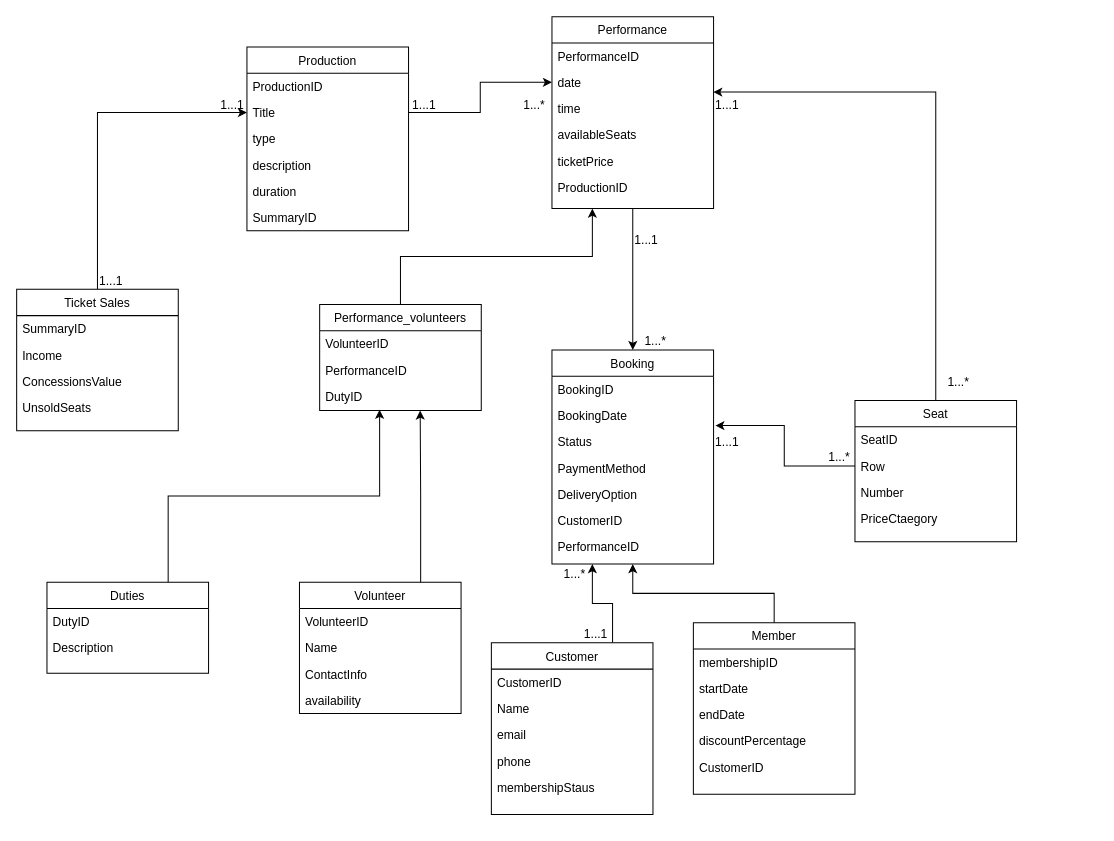
Earlier version of the draw.io diagram Untitled Diagram.drawio (iamheetp/ecomstore). Source tidied: cells renumbered, new cells numbered last; positions are measured from the earlier drawing's top-left corner, leaving out a move shared by most shapes. Both pictures are drawn from the tidied source at 101%, with x=0, y=0 at pixel (16, 16).
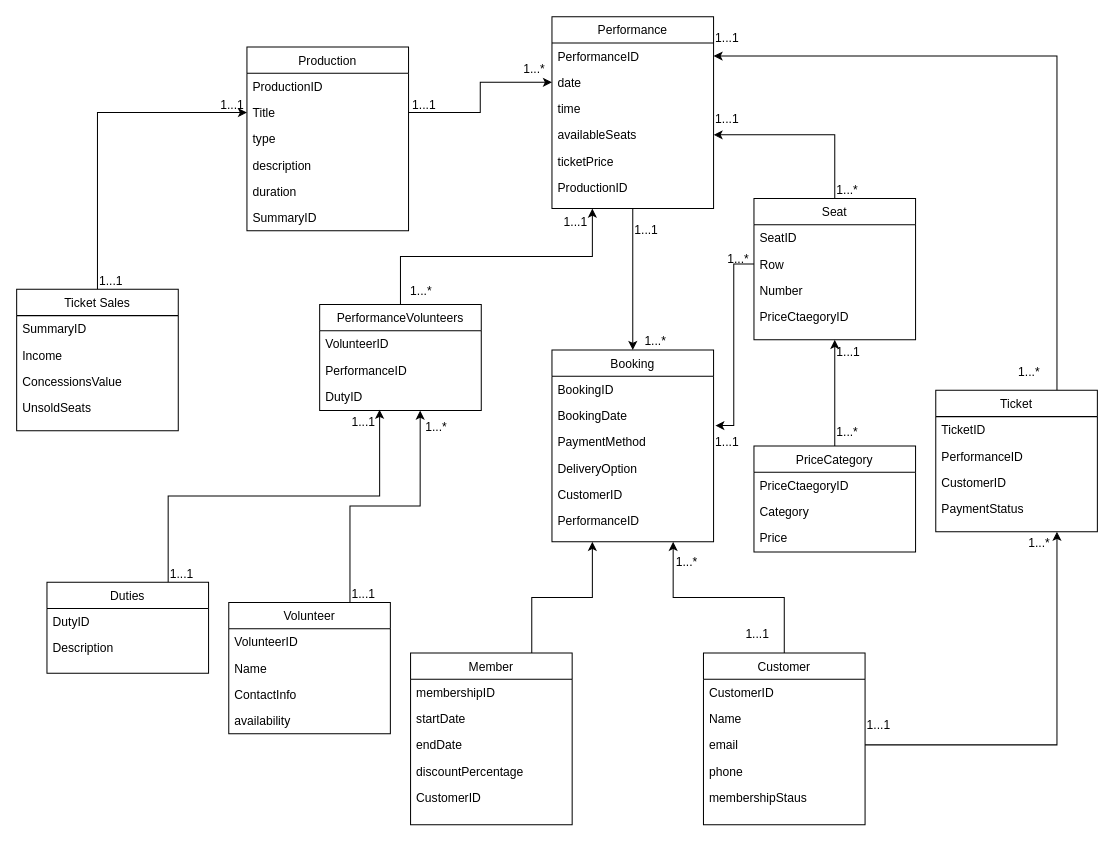
The same diagram, later.

The change refers to these unchanged cells:
```xml
<mxCell id="24" value="PerformanceID" style="text;align=left;verticalAlign=top;spacingLeft=4;spacingRight=4;overflow=hidden;points=[[0,0.5],[1,0.5]];portConstraint=eastwest;" parent="23" vertex="1">
  <mxGeometry y="26" width="160" height="26" as="geometry" />
</mxCell>
<mxCell id="25" value="date" style="text;align=left;verticalAlign=top;spacingLeft=4;spacingRight=4;overflow=hidden;points=[[0,0.5],[1,0.5]];portConstraint=eastwest;rounded=0;shadow=0;html=0;" parent="23" vertex="1">
  <mxGeometry y="52" width="160" height="26" as="geometry" />
</mxCell>
<mxCell id="27" value="availableSeats" style="text;align=left;verticalAlign=top;spacingLeft=4;spacingRight=4;overflow=hidden;points=[[0,0.5],[1,0.5]];portConstraint=eastwest;rounded=0;shadow=0;html=0;" parent="23" vertex="1">
  <mxGeometry y="104" width="160" height="26" as="geometry" />
</mxCell>
```

What changed in the source:
```diff
@@
+    <mxCell id="47" value="Seat" style="swimlane;fontStyle=0;align=center;verticalAlign=top;horizontal=1;startSize=26;rounded=0;shadow=0;strokeWidth=1;" parent="1" vertex="1">
+      <mxGeometry x="730" y="180" width="160" height="140" as="geometry" />
+    </mxCell>
+    <mxCell id="48" value="SeatID" style="text;align=left;verticalAlign=top;spacingLeft=4;spacingRight=4;overflow=hidden;" parent="47" vertex="1">
+      <mxGeometry y="26" width="160" height="26" as="geometry" />
+    </mxCell>
+    <mxCell id="49" value="Row" style="text;align=left;verticalAlign=top;spacingLeft=4;spacingRight=4;overflow=hidden;points=[[0,0.5],[1,0.5]];portConstraint=eastwest;rounded=0;shadow=0;html=0;" parent="47" vertex="1">
+      <mxGeometry y="52" width="160" height="26" as="geometry" />
+    </mxCell>
+    <mxCell id="50" value="Number" style="text;align=left;verticalAlign=top;spacingLeft=4;spacingRight=4;overflow=hidden;rounded=0;shadow=0;html=0;" parent="47" vertex="1">
+      <mxGeometry y="78" width="160" height="26" as="geometry" />
+    </mxCell>
+    <mxCell id="51" value="PriceCtaegoryID" style="text;align=left;verticalAlign=top;spacingLeft=4;spacingRight=4;overflow=hidden;rounded=0;shadow=0;html=0;" parent="47" vertex="1">
+      <mxGeometry y="104" width="160" height="26" as="geometry" />
+    </mxCell>
     <mxCell id="2" value="Volunteer" style="swimlane;fontStyle=0;align=center;verticalAlign=top;horizontal=1;startSize=26;rounded=0;shadow=0;strokeWidth=1;" parent="1" vertex="1">
-      <mxGeometry x="280" y="560" width="160" height="130" as="geometry" />
+      <mxGeometry x="210" y="580" width="160" height="130" as="geometry" />
     </mxCell>
@@
     <mxCell id="7" value="Booking" style="swimlane;fontStyle=0;align=center;verticalAlign=top;horizontal=1;startSize=26;rounded=0;shadow=0;strokeWidth=1;" parent="1" vertex="1">
-      <mxGeometry x="530" y="330" width="160" height="212" as="geometry" />
+      <mxGeometry x="530" y="330" width="160" height="190" as="geometry" />
     </mxCell>
@@
-    <mxCell id="10" value="Status" style="text;align=left;verticalAlign=top;spacingLeft=4;spacingRight=4;overflow=hidden;" parent="7" vertex="1">
-      <mxGeometry y="78" width="160" height="26" as="geometry" />
-    </mxCell>
     <mxCell id="11" value="PaymentMethod" style="text;align=left;verticalAlign=top;spacingLeft=4;spacingRight=4;overflow=hidden;" parent="7" vertex="1">
-      <mxGeometry y="104" width="160" height="26" as="geometry" />
+      <mxGeometry y="78" width="160" height="26" as="geometry" />
     </mxCell>
     <mxCell id="12" value="DeliveryOption" style="text;align=left;verticalAlign=top;spacingLeft=4;spacingRight=4;overflow=hidden;" parent="7" vertex="1">
-      <mxGeometry y="130" width="160" height="26" as="geometry" />
+      <mxGeometry y="104" width="160" height="26" as="geometry" />
     </mxCell>
     <mxCell id="13" value="CustomerID" style="text;align=left;verticalAlign=top;spacingLeft=4;spacingRight=4;overflow=hidden;" parent="7" vertex="1">
-      <mxGeometry y="156" width="160" height="26" as="geometry" />
+      <mxGeometry y="130" width="160" height="26" as="geometry" />
     </mxCell>
     <mxCell id="14" value="PerformanceID" style="text;align=left;verticalAlign=top;spacingLeft=4;spacingRight=4;overflow=hidden;" parent="7" vertex="1">
-      <mxGeometry y="182" width="160" height="26" as="geometry" />
+      <mxGeometry y="156" width="160" height="26" as="geometry" />
     </mxCell>
@@
-    <mxCell id="30" style="edgeStyle=orthogonalEdgeStyle;rounded=0;jettySize=auto;html=1;exitX=0.75;exitY=0;exitDx=0;exitDy=0;entryX=0.25;entryY=1;entryDx=0;entryDy=0;" parent="1" edge="1" source="31" target="7">
-      <mxGeometry relative="1" as="geometry" />
-    </mxCell>
-    <mxCell id="31" value="Customer" style="swimlane;fontStyle=0;align=center;verticalAlign=top;horizontal=1;startSize=26;rounded=0;shadow=0;strokeWidth=1;" parent="1" vertex="1">
-      <mxGeometry x="470" y="620" width="160" height="170" as="geometry" />
-    </mxCell>
-    <mxCell id="32" value="CustomerID" style="text;align=left;verticalAlign=top;spacingLeft=4;spacingRight=4;overflow=hidden;" parent="31" vertex="1">
-      <mxGeometry y="26" width="160" height="26" as="geometry" />
-    </mxCell>
-    <mxCell id="33" value="Name" style="text;align=left;verticalAlign=top;spacingLeft=4;spacingRight=4;overflow=hidden;rounded=0;shadow=0;html=0;" parent="31" vertex="1">
-      <mxGeometry y="52" width="160" height="26" as="geometry" />
-    </mxCell>
-    <mxCell id="34" value="email" style="text;align=left;verticalAlign=top;spacingLeft=4;spacingRight=4;overflow=hidden;points=[[0,0.5],[1,0.5]];portConstraint=eastwest;rounded=0;shadow=0;html=0;" parent="31" vertex="1">
-      <mxGeometry y="78" width="160" height="26" as="geometry" />
-    </mxCell>
-    <mxCell id="35" value="phone" style="text;align=left;verticalAlign=top;spacingLeft=4;spacingRight=4;overflow=hidden;rounded=0;shadow=0;html=0;" parent="31" vertex="1">
-      <mxGeometry y="104" width="160" height="26" as="geometry" />
-    </mxCell>
-    <mxCell id="36" value="membershipStaus" style="text;align=left;verticalAlign=top;spacingLeft=4;spacingRight=4;overflow=hidden;rounded=0;shadow=0;html=0;" parent="31" vertex="1">
-      <mxGeometry y="130" width="160" height="26" as="geometry" />
-    </mxCell>
-    <mxCell id="37" style="edgeStyle=orthogonalEdgeStyle;rounded=0;jettySize=auto;html=1;exitX=0.5;exitY=0;exitDx=0;exitDy=0;entryX=0.5;entryY=1;entryDx=0;entryDy=0;" parent="1" edge="1" source="38" target="7">
-      <mxGeometry relative="1" as="geometry" />
-    </mxCell>
-    <mxCell id="38" value="Member" style="swimlane;fontStyle=0;align=center;verticalAlign=top;horizontal=1;startSize=26;rounded=0;shadow=0;strokeWidth=1;" parent="1" vertex="1">
-      <mxGeometry x="670" y="600" width="160" height="170" as="geometry" />
-    </mxCell>
-    <mxCell id="39" value="membershipID" style="text;align=left;verticalAlign=top;spacingLeft=4;spacingRight=4;overflow=hidden;" parent="38" vertex="1">
-      <mxGeometry y="26" width="160" height="26" as="geometry" />
-    </mxCell>
-    <mxCell id="40" value="startDate" style="text;align=left;verticalAlign=top;spacingLeft=4;spacingRight=4;overflow=hidden;rounded=0;shadow=0;html=0;" parent="38" vertex="1">
-      <mxGeometry y="52" width="160" height="26" as="geometry" />
-    </mxCell>
-    <mxCell id="41" value="endDate" style="text;align=left;verticalAlign=top;spacingLeft=4;spacingRight=4;overflow=hidden;rounded=0;shadow=0;html=0;" parent="38" vertex="1">
-      <mxGeometry y="78" width="160" height="26" as="geometry" />
-    </mxCell>
-    <mxCell id="42" value="discountPercentage" style="text;align=left;verticalAlign=top;spacingLeft=4;spacingRight=4;overflow=hidden;rounded=0;shadow=0;html=0;" parent="38" vertex="1">
-      <mxGeometry y="104" width="160" height="26" as="geometry" />
-    </mxCell>
-    <mxCell id="43" value="CustomerID" style="text;align=left;verticalAlign=top;spacingLeft=4;spacingRight=4;overflow=hidden;rounded=0;shadow=0;html=0;" parent="38" vertex="1">
-      <mxGeometry y="130" width="160" height="26" as="geometry" />
-    </mxCell>
@@
     <mxCell id="46" value="1...*" style="align=left;verticalAlign=bottom;labelBackgroundColor=none;fontSize=12;" parent="1" vertex="1">
-      <mxGeometry x="500" y="95.6" as="geometry" />
+      <mxGeometry x="500" y="60" as="geometry" />
     </mxCell>
-    <mxCell id="47" value="Seat" style="swimlane;fontStyle=0;align=center;verticalAlign=top;horizontal=1;startSize=26;rounded=0;shadow=0;strokeWidth=1;" parent="1" vertex="1">
-      <mxGeometry x="830" y="380" width="160" height="140" as="geometry" />
-    </mxCell>
-    <mxCell id="48" value="SeatID" style="text;align=left;verticalAlign=top;spacingLeft=4;spacingRight=4;overflow=hidden;" parent="47" vertex="1">
-      <mxGeometry y="26" width="160" height="26" as="geometry" />
-    </mxCell>
-    <mxCell id="49" value="Row" style="text;align=left;verticalAlign=top;spacingLeft=4;spacingRight=4;overflow=hidden;points=[[0,0.5],[1,0.5]];portConstraint=eastwest;rounded=0;shadow=0;html=0;" parent="47" vertex="1">
-      <mxGeometry y="52" width="160" height="26" as="geometry" />
-    </mxCell>
-    <mxCell id="50" value="Number" style="text;align=left;verticalAlign=top;spacingLeft=4;spacingRight=4;overflow=hidden;rounded=0;shadow=0;html=0;" parent="47" vertex="1">
-      <mxGeometry y="78" width="160" height="26" as="geometry" />
-    </mxCell>
-    <mxCell id="51" value="PriceCtaegory" style="text;align=left;verticalAlign=top;spacingLeft=4;spacingRight=4;overflow=hidden;rounded=0;shadow=0;html=0;" parent="47" vertex="1">
-      <mxGeometry y="104" width="160" height="26" as="geometry" />
-    </mxCell>
@@
     <mxCell id="53" value="1...*" style="align=left;verticalAlign=bottom;labelBackgroundColor=none;fontSize=12;" parent="1" vertex="1">
-      <mxGeometry x="830" y="436" as="geometry">
+      <mxGeometry x="730" y="240" as="geometry">
         <mxPoint x="-28" y="8" as="offset" />
       </mxGeometry>
     </mxCell>
@@
-    <mxCell id="55" style="edgeStyle=orthogonalEdgeStyle;rounded=0;jettySize=auto;html=1;exitX=0.5;exitY=0;exitDx=0;exitDy=0;entryX=0.998;entryY=0.872;entryDx=0;entryDy=0;entryPerimeter=0;" parent="1" edge="1" source="47" target="25">
+    <mxCell id="55" style="edgeStyle=orthogonalEdgeStyle;rounded=0;jettySize=auto;html=1;exitX=0.5;exitY=0;exitDx=0;exitDy=0;" parent="1" edge="1" source="47" target="27">
       <mxGeometry relative="1" as="geometry" />
     </mxCell>
     <mxCell id="56" value="1...*" style="align=left;verticalAlign=bottom;labelBackgroundColor=none;fontSize=12;rotation=0;" parent="1" vertex="1">
-      <mxGeometry x="920" y="370" as="geometry" />
+      <mxGeometry x="810" y="180" as="geometry" />
     </mxCell>
     <mxCell id="57" value="1...1" style="align=left;verticalAlign=bottom;labelBackgroundColor=none;fontSize=12;" parent="1" vertex="1">
-      <mxGeometry x="690" y="95.6" as="geometry" />
+      <mxGeometry x="690" y="110" as="geometry" />
     </mxCell>
     <mxCell id="58" value="1...1" style="align=left;verticalAlign=bottom;labelBackgroundColor=none;fontSize=12;" parent="1" vertex="1">
-      <mxGeometry x="560" y="620" as="geometry" />
+      <mxGeometry x="720" y="620" as="geometry" />
     </mxCell>
     <mxCell id="59" value="1...*" style="align=left;verticalAlign=bottom;labelBackgroundColor=none;fontSize=12;" parent="1" vertex="1">
-      <mxGeometry x="540" y="560" as="geometry" />
+      <mxGeometry x="580" y="550" as="geometry">
+        <mxPoint x="71" y="-2" as="offset" />
+      </mxGeometry>
     </mxCell>
@@
     <mxCell id="61" value="1...1" style="align=left;verticalAlign=bottom;labelBackgroundColor=none;fontSize=12;" parent="1" vertex="1">
-      <mxGeometry x="610" y="230" as="geometry" />
+      <mxGeometry x="610" y="220" as="geometry" />
     </mxCell>
@@
-    <mxCell id="75" value="Performance_volunteers" style="swimlane;fontStyle=0;align=center;verticalAlign=top;horizontal=1;startSize=26;rounded=0;shadow=0;strokeWidth=1;" parent="1" vertex="1">
+    <mxCell id="75" value="PerformanceVolunteers" style="swimlane;fontStyle=0;align=center;verticalAlign=top;horizontal=1;startSize=26;rounded=0;shadow=0;strokeWidth=1;" parent="1" vertex="1">
       <mxGeometry x="300" y="285" width="160" height="105" as="geometry" />
     </mxCell>
@@
+    <mxCell id="80" value="1...*" style="align=left;verticalAlign=bottom;labelBackgroundColor=none;fontSize=12;" parent="1" vertex="1">
+      <mxGeometry x="388" y="280" as="geometry" />
+    </mxCell>
+    <mxCell id="81" value="1...1" style="align=left;verticalAlign=bottom;labelBackgroundColor=none;fontSize=12;" parent="1" vertex="1">
+      <mxGeometry x="540" y="212" as="geometry" />
+    </mxCell>
+    <mxCell id="82" value="1...*" style="align=left;verticalAlign=bottom;labelBackgroundColor=none;fontSize=12;" parent="1" vertex="1">
+      <mxGeometry x="380" y="285" as="geometry">
+        <mxPoint x="23" y="130" as="offset" />
+      </mxGeometry>
+    </mxCell>
+    <mxCell id="83" value="1...1" style="align=left;verticalAlign=bottom;labelBackgroundColor=none;fontSize=12;" parent="1" vertex="1">
+      <mxGeometry x="330" y="580" as="geometry" />
+    </mxCell>
+    <mxCell id="84" value="1...1" style="align=left;verticalAlign=bottom;labelBackgroundColor=none;fontSize=12;" parent="1" vertex="1">
+      <mxGeometry x="330" y="410" as="geometry" />
+    </mxCell>
+    <mxCell id="85" value="1...1" style="align=left;verticalAlign=bottom;labelBackgroundColor=none;fontSize=12;" parent="1" vertex="1">
+      <mxGeometry x="150" y="560" as="geometry" />
+    </mxCell>
+    <mxCell id="37" style="edgeStyle=orthogonalEdgeStyle;rounded=0;jettySize=auto;html=1;exitX=0.75;exitY=0;exitDx=0;exitDy=0;entryX=0.25;entryY=1;entryDx=0;entryDy=0;" parent="1" edge="1" source="38" target="7">
+      <mxGeometry relative="1" as="geometry" />
+    </mxCell>
+    <mxCell id="38" value="Member" style="swimlane;fontStyle=0;align=center;verticalAlign=top;horizontal=1;startSize=26;rounded=0;shadow=0;strokeWidth=1;" parent="1" vertex="1">
+      <mxGeometry x="390" y="630" width="160" height="170" as="geometry" />
+    </mxCell>
+    <mxCell id="39" value="membershipID" style="text;align=left;verticalAlign=top;spacingLeft=4;spacingRight=4;overflow=hidden;" parent="38" vertex="1">
+      <mxGeometry y="26" width="160" height="26" as="geometry" />
+    </mxCell>
+    <mxCell id="40" value="startDate" style="text;align=left;verticalAlign=top;spacingLeft=4;spacingRight=4;overflow=hidden;rounded=0;shadow=0;html=0;" parent="38" vertex="1">
+      <mxGeometry y="52" width="160" height="26" as="geometry" />
+    </mxCell>
+    <mxCell id="41" value="endDate" style="text;align=left;verticalAlign=top;spacingLeft=4;spacingRight=4;overflow=hidden;rounded=0;shadow=0;html=0;" parent="38" vertex="1">
+      <mxGeometry y="78" width="160" height="26" as="geometry" />
+    </mxCell>
+    <mxCell id="42" value="discountPercentage" style="text;align=left;verticalAlign=top;spacingLeft=4;spacingRight=4;overflow=hidden;rounded=0;shadow=0;html=0;" parent="38" vertex="1">
+      <mxGeometry y="104" width="160" height="26" as="geometry" />
+    </mxCell>
+    <mxCell id="43" value="CustomerID" style="text;align=left;verticalAlign=top;spacingLeft=4;spacingRight=4;overflow=hidden;rounded=0;shadow=0;html=0;" parent="38" vertex="1">
+      <mxGeometry y="130" width="160" height="26" as="geometry" />
+    </mxCell>
+    <mxCell id="30" style="edgeStyle=orthogonalEdgeStyle;rounded=0;jettySize=auto;html=1;exitX=0.5;exitY=0;exitDx=0;exitDy=0;entryX=0.75;entryY=1;entryDx=0;entryDy=0;" parent="1" edge="1" source="31" target="7">
+      <mxGeometry relative="1" as="geometry" />
+    </mxCell>
+    <mxCell id="31" value="Customer" style="swimlane;fontStyle=0;align=center;verticalAlign=top;horizontal=1;startSize=26;rounded=0;shadow=0;strokeWidth=1;" parent="1" vertex="1">
+      <mxGeometry x="680" y="630" width="160" height="170" as="geometry" />
+    </mxCell>
+    <mxCell id="32" value="CustomerID" style="text;align=left;verticalAlign=top;spacingLeft=4;spacingRight=4;overflow=hidden;" parent="31" vertex="1">
+      <mxGeometry y="26" width="160" height="26" as="geometry" />
+    </mxCell>
+    <mxCell id="33" value="Name" style="text;align=left;verticalAlign=top;spacingLeft=4;spacingRight=4;overflow=hidden;rounded=0;shadow=0;html=0;" parent="31" vertex="1">
+      <mxGeometry y="52" width="160" height="26" as="geometry" />
+    </mxCell>
+    <mxCell id="34" value="email" style="text;align=left;verticalAlign=top;spacingLeft=4;spacingRight=4;overflow=hidden;points=[[0,0.5],[1,0.5]];portConstraint=eastwest;rounded=0;shadow=0;html=0;" parent="31" vertex="1">
+      <mxGeometry y="78" width="160" height="26" as="geometry" />
+    </mxCell>
+    <mxCell id="35" value="phone" style="text;align=left;verticalAlign=top;spacingLeft=4;spacingRight=4;overflow=hidden;rounded=0;shadow=0;html=0;" parent="31" vertex="1">
+      <mxGeometry y="104" width="160" height="26" as="geometry" />
+    </mxCell>
+    <mxCell id="36" value="membershipStaus" style="text;align=left;verticalAlign=top;spacingLeft=4;spacingRight=4;overflow=hidden;rounded=0;shadow=0;html=0;" parent="31" vertex="1">
+      <mxGeometry y="130" width="160" height="26" as="geometry" />
+    </mxCell>
+    <mxCell id="86" style="edgeStyle=orthogonalEdgeStyle;rounded=0;jettySize=auto;html=1;exitX=0.75;exitY=0;exitDx=0;exitDy=0;entryX=1;entryY=0.5;entryDx=0;entryDy=0;" parent="1" edge="1" source="87" target="24">
+      <mxGeometry relative="1" as="geometry" />
+    </mxCell>
+    <mxCell id="87" value="Ticket" style="swimlane;fontStyle=0;align=center;verticalAlign=top;horizontal=1;startSize=26;rounded=0;shadow=0;strokeWidth=1;" parent="1" vertex="1">
+      <mxGeometry x="910" y="370" width="160" height="140" as="geometry" />
+    </mxCell>
+    <mxCell id="88" value="TicketID" style="text;align=left;verticalAlign=top;spacingLeft=4;spacingRight=4;overflow=hidden;" parent="87" vertex="1">
+      <mxGeometry y="26" width="160" height="26" as="geometry" />
+    </mxCell>
+    <mxCell id="89" value="PerformanceID" style="text;align=left;verticalAlign=top;spacingLeft=4;spacingRight=4;overflow=hidden;rounded=0;shadow=0;html=0;" parent="87" vertex="1">
+      <mxGeometry y="52" width="160" height="26" as="geometry" />
+    </mxCell>
+    <mxCell id="90" value="CustomerID" style="text;align=left;verticalAlign=top;spacingLeft=4;spacingRight=4;overflow=hidden;rounded=0;shadow=0;html=0;" parent="87" vertex="1">
+      <mxGeometry y="78" width="160" height="26" as="geometry" />
+    </mxCell>
+    <mxCell id="91" value="PaymentStatus" style="text;align=left;verticalAlign=top;spacingLeft=4;spacingRight=4;overflow=hidden;rounded=0;shadow=0;html=0;" parent="87" vertex="1">
+      <mxGeometry y="104" width="160" height="26" as="geometry" />
+    </mxCell>
+    <mxCell id="92" style="edgeStyle=orthogonalEdgeStyle;rounded=0;jettySize=auto;html=1;exitX=1;exitY=0.5;exitDx=0;exitDy=0;entryX=0.75;entryY=1;entryDx=0;entryDy=0;" parent="1" edge="1" source="34" target="87">
+      <mxGeometry relative="1" as="geometry" />
+    </mxCell>
+    <mxCell id="93" value="1...*" style="align=left;verticalAlign=bottom;labelBackgroundColor=none;fontSize=12;rotation=0;" parent="1" vertex="1">
+      <mxGeometry x="990" y="360" as="geometry" />
+    </mxCell>
+    <mxCell id="94" value="1...*" style="align=left;verticalAlign=bottom;labelBackgroundColor=none;fontSize=12;rotation=0;" parent="1" vertex="1">
+      <mxGeometry x="1000" y="530" as="geometry" />
+    </mxCell>
+    <mxCell id="95" value="1...1" style="align=left;verticalAlign=bottom;labelBackgroundColor=none;fontSize=12;" parent="1" vertex="1">
+      <mxGeometry x="690" y="30" as="geometry" />
+    </mxCell>
+    <mxCell id="96" value="1...1" style="align=left;verticalAlign=bottom;labelBackgroundColor=none;fontSize=12;" parent="1" vertex="1">
+      <mxGeometry x="840" y="710" as="geometry" />
+    </mxCell>
+    <mxCell id="97" style="edgeStyle=orthogonalEdgeStyle;rounded=0;jettySize=auto;html=1;exitX=0.5;exitY=0;exitDx=0;exitDy=0;entryX=0.5;entryY=1;entryDx=0;entryDy=0;" parent="1" edge="1" source="98" target="47">
+      <mxGeometry relative="1" as="geometry" />
+    </mxCell>
+    <mxCell id="98" value="PriceCategory" style="swimlane;fontStyle=0;align=center;verticalAlign=top;horizontal=1;startSize=26;rounded=0;shadow=0;strokeWidth=1;" parent="1" vertex="1">
+      <mxGeometry x="730" y="425" width="160" height="105" as="geometry" />
+    </mxCell>
+    <mxCell id="99" value="PriceCtaegoryID" style="text;align=left;verticalAlign=top;spacingLeft=4;spacingRight=4;overflow=hidden;" parent="98" vertex="1">
+      <mxGeometry y="26" width="160" height="26" as="geometry" />
+    </mxCell>
+    <mxCell id="100" value="Category" style="text;align=left;verticalAlign=top;spacingLeft=4;spacingRight=4;overflow=hidden;rounded=0;shadow=0;html=0;" parent="98" vertex="1">
+      <mxGeometry y="52" width="160" height="26" as="geometry" />
+    </mxCell>
+    <mxCell id="101" value="Price" style="text;align=left;verticalAlign=top;spacingLeft=4;spacingRight=4;overflow=hidden;rounded=0;shadow=0;html=0;" parent="98" vertex="1">
+      <mxGeometry y="78" width="160" height="26" as="geometry" />
+    </mxCell>
+    <mxCell id="102" value="1...*" style="align=left;verticalAlign=bottom;labelBackgroundColor=none;fontSize=12;rotation=0;" parent="1" vertex="1">
+      <mxGeometry x="810" y="420" as="geometry" />
+    </mxCell>
+    <mxCell id="103" value="1...1" style="align=left;verticalAlign=bottom;labelBackgroundColor=none;fontSize=12;" parent="1" vertex="1">
+      <mxGeometry x="810" y="340" as="geometry" />
+    </mxCell>
```
